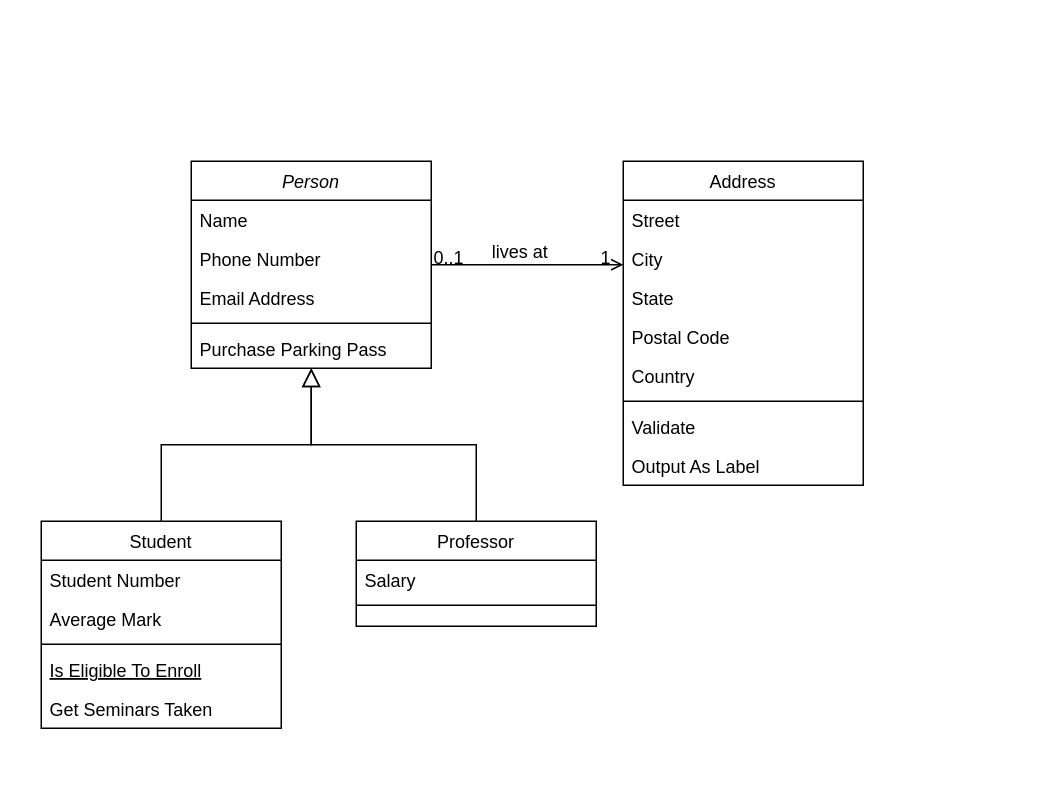
Earlier version of the draw.io diagram piano.drawio (peng-na/draw.io_pic). Source tidied: cells renumbered, new cells numbered last; positions are measured from the earlier drawing's top-left corner, leaving out a move shared by most shapes. Both pictures are drawn from the tidied source at 150%, with x=0, y=0 at pixel (40, 160).
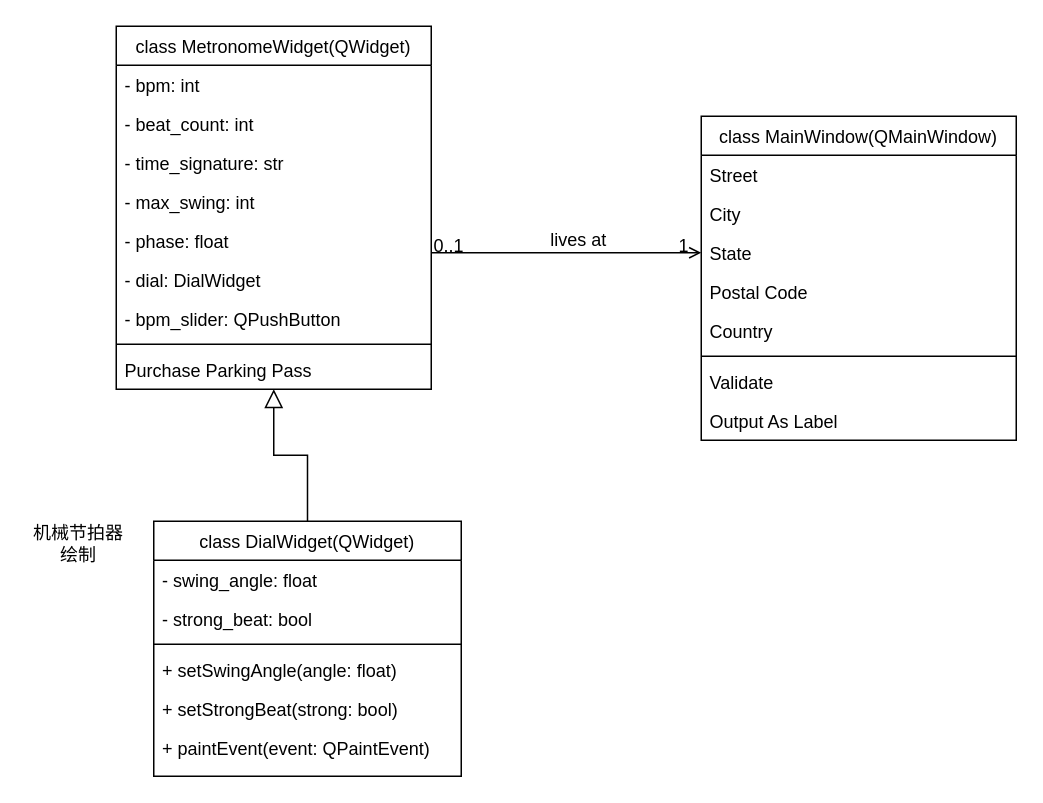
Above is the later version.

The edit, as a diff of the source:
```diff
@@
-    <mxCell id="2" value="Person" style="swimlane;fontStyle=2;align=center;verticalAlign=top;horizontal=1;startSize=26;rounded=0;shadow=0;strokeWidth=1;" parent="1" vertex="1">
-      <mxGeometry x="100" width="160" height="138" as="geometry" />
+    <mxCell id="2" value="class MetronomeWidget(QWidget)" style="swimlane;fontStyle=0;align=center;verticalAlign=top;horizontal=1;startSize=26;rounded=0;shadow=0;strokeWidth=1;" parent="1" vertex="1">
+      <mxGeometry x="50" y="-90" width="210" height="242" as="geometry" />
     </mxCell>
-    <mxCell id="3" value="Name" style="text;align=left;verticalAlign=top;spacingLeft=4;spacingRight=4;overflow=hidden;" parent="2" vertex="1">
-      <mxGeometry y="26" width="160" height="26" as="geometry" />
+    <mxCell id="3" value="- bpm: int" style="text;align=left;verticalAlign=top;spacingLeft=4;spacingRight=4;overflow=hidden;" parent="2" vertex="1">
+      <mxGeometry y="26" width="210" height="26" as="geometry" />
     </mxCell>
-    <mxCell id="4" value="Phone Number" style="text;align=left;verticalAlign=top;spacingLeft=4;spacingRight=4;overflow=hidden;rounded=0;shadow=0;html=0;" parent="2" vertex="1">
-      <mxGeometry y="52" width="160" height="26" as="geometry" />
+    <mxCell id="4" value="- beat_count: int" style="text;align=left;verticalAlign=top;spacingLeft=4;spacingRight=4;overflow=hidden;rounded=0;shadow=0;html=0;" parent="2" vertex="1">
+      <mxGeometry y="52" width="210" height="26" as="geometry" />
     </mxCell>
-    <mxCell id="5" value="Email Address" style="text;align=left;verticalAlign=top;spacingLeft=4;spacingRight=4;overflow=hidden;rounded=0;shadow=0;html=0;" parent="2" vertex="1">
-      <mxGeometry y="78" width="160" height="26" as="geometry" />
+    <mxCell id="5" value="- time_signature: str" style="text;align=left;verticalAlign=top;spacingLeft=4;spacingRight=4;overflow=hidden;rounded=0;shadow=0;html=0;" parent="2" vertex="1">
+      <mxGeometry y="78" width="210" height="26" as="geometry" />
     </mxCell>
+    <mxCell id="32" value="- max_swing: int" style="text;align=left;verticalAlign=top;spacingLeft=4;spacingRight=4;overflow=hidden;rounded=0;shadow=0;html=0;" parent="2" vertex="1">
+      <mxGeometry y="104" width="210" height="26" as="geometry" />
+    </mxCell>
+    <mxCell id="33" value="- phase: float" style="text;align=left;verticalAlign=top;spacingLeft=4;spacingRight=4;overflow=hidden;rounded=0;shadow=0;html=0;" parent="2" vertex="1">
+      <mxGeometry y="130" width="210" height="26" as="geometry" />
+    </mxCell>
+    <mxCell id="34" value="- dial: DialWidget" style="text;align=left;verticalAlign=top;spacingLeft=4;spacingRight=4;overflow=hidden;rounded=0;shadow=0;html=0;" parent="2" vertex="1">
+      <mxGeometry y="156" width="210" height="26" as="geometry" />
+    </mxCell>
+    <mxCell id="35" value="- bpm_slider: QPushButton" style="text;align=left;verticalAlign=top;spacingLeft=4;spacingRight=4;overflow=hidden;rounded=0;shadow=0;html=0;" parent="2" vertex="1">
+      <mxGeometry y="182" width="210" height="26" as="geometry" />
+    </mxCell>
     <mxCell id="6" style="line;html=1;strokeWidth=1;align=left;verticalAlign=middle;spacingTop=-1;spacingLeft=3;spacingRight=3;labelPosition=right;" parent="2" vertex="1">
-      <mxGeometry y="104" width="160" height="8" as="geometry" />
+      <mxGeometry y="208" width="210" height="8" as="geometry" />
     </mxCell>
     <mxCell id="7" value="Purchase Parking Pass" style="text;align=left;verticalAlign=top;spacingLeft=4;spacingRight=4;overflow=hidden;" parent="2" vertex="1">
-      <mxGeometry y="112" width="160" height="26" as="geometry" />
+      <mxGeometry y="216" width="210" height="26" as="geometry" />
     </mxCell>
-    <mxCell id="8" value="Student" style="swimlane;fontStyle=0;align=center;verticalAlign=top;horizontal=1;startSize=26;rounded=0;shadow=0;strokeWidth=1;" parent="1" vertex="1">
-      <mxGeometry y="240" width="160" height="138" as="geometry" />
+    <mxCell id="8" value="class DialWidget(QWidget)" style="swimlane;fontStyle=0;align=center;verticalAlign=top;horizontal=1;startSize=26;rounded=0;shadow=0;strokeWidth=1;" parent="1" vertex="1">
+      <mxGeometry x="75" y="240" width="205" height="170" as="geometry" />
     </mxCell>
-    <mxCell id="9" value="Student Number" style="text;align=left;verticalAlign=top;spacingLeft=4;spacingRight=4;overflow=hidden;" parent="8" vertex="1">
-      <mxGeometry y="26" width="160" height="26" as="geometry" />
+    <mxCell id="9" value="- swing_angle: float" style="text;align=left;verticalAlign=top;spacingLeft=4;spacingRight=4;overflow=hidden;" parent="8" vertex="1">
+      <mxGeometry y="26" width="205" height="26" as="geometry" />
     </mxCell>
-    <mxCell id="10" value="Average Mark" style="text;align=left;verticalAlign=top;spacingLeft=4;spacingRight=4;overflow=hidden;rounded=0;shadow=0;html=0;" parent="8" vertex="1">
-      <mxGeometry y="52" width="160" height="26" as="geometry" />
+    <mxCell id="10" value="- strong_beat: bool" style="text;align=left;verticalAlign=top;spacingLeft=4;spacingRight=4;overflow=hidden;rounded=0;shadow=0;html=0;" parent="8" vertex="1">
+      <mxGeometry y="52" width="205" height="26" as="geometry" />
     </mxCell>
     <mxCell id="11" style="line;html=1;strokeWidth=1;align=left;verticalAlign=middle;spacingTop=-1;spacingLeft=3;spacingRight=3;labelPosition=right;" parent="8" vertex="1">
-      <mxGeometry y="78" width="160" height="8" as="geometry" />
+      <mxGeometry y="78" width="205" height="8" as="geometry" />
     </mxCell>
-    <mxCell id="12" value="Is Eligible To Enroll" style="text;align=left;verticalAlign=top;spacingLeft=4;spacingRight=4;overflow=hidden;fontStyle=4;" parent="8" vertex="1">
-      <mxGeometry y="86" width="160" height="26" as="geometry" />
+    <mxCell id="12" value="+ setSwingAngle(angle: float)" style="text;align=left;verticalAlign=top;spacingLeft=4;spacingRight=4;overflow=hidden;fontStyle=0;" parent="8" vertex="1">
+      <mxGeometry y="86" width="205" height="26" as="geometry" />
     </mxCell>
-    <mxCell id="13" value="Get Seminars Taken" style="text;align=left;verticalAlign=top;spacingLeft=4;spacingRight=4;overflow=hidden;" parent="8" vertex="1">
-      <mxGeometry y="112" width="160" height="26" as="geometry" />
+    <mxCell id="13" value="+ setStrongBeat(strong: bool)" style="text;align=left;verticalAlign=top;spacingLeft=4;spacingRight=4;overflow=hidden;" parent="8" vertex="1">
+      <mxGeometry y="112" width="205" height="26" as="geometry" />
     </mxCell>
+    <mxCell id="36" value="+ paintEvent(event: QPaintEvent)" style="text;align=left;verticalAlign=top;spacingLeft=4;spacingRight=4;overflow=hidden;" parent="8" vertex="1">
+      <mxGeometry y="138" width="205" height="26" as="geometry" />
+    </mxCell>
@@
-    <mxCell id="15" value="Professor" style="swimlane;fontStyle=0;align=center;verticalAlign=top;horizontal=1;startSize=26;rounded=0;shadow=0;strokeWidth=1;" parent="1" vertex="1">
-      <mxGeometry x="210" y="240" width="160" height="70" as="geometry" />
-    </mxCell>
-    <mxCell id="16" value="Salary" style="text;align=left;verticalAlign=top;spacingLeft=4;spacingRight=4;overflow=hidden;" parent="15" vertex="1">
-      <mxGeometry y="26" width="160" height="26" as="geometry" />
-    </mxCell>
-    <mxCell id="17" style="line;html=1;strokeWidth=1;align=left;verticalAlign=middle;spacingTop=-1;spacingLeft=3;spacingRight=3;labelPosition=right;" parent="15" vertex="1">
-      <mxGeometry y="52" width="160" height="8" as="geometry" />
-    </mxCell>
-    <mxCell id="18" style="endArrow=block;endSize=10;endFill=0;shadow=0;strokeWidth=1;rounded=0;curved=0;edgeStyle=elbowEdgeStyle;elbow=vertical;" parent="1" edge="1" source="15" target="2">
-      <mxGeometry relative="1" as="geometry" />
-    </mxCell>
-    <mxCell id="19" value="Address" style="swimlane;fontStyle=0;align=center;verticalAlign=top;horizontal=1;startSize=26;rounded=0;shadow=0;strokeWidth=1;" parent="1" vertex="1">
-      <mxGeometry x="388" width="160" height="216" as="geometry" />
+    <mxCell id="19" value="class MainWindow(QMainWindow)" style="swimlane;fontStyle=0;align=center;verticalAlign=top;horizontal=1;startSize=26;rounded=0;shadow=0;strokeWidth=1;" parent="1" vertex="1">
+      <mxGeometry x="440" y="-30" width="210" height="216" as="geometry" />
     </mxCell>
     <mxCell id="20" value="Street" style="text;align=left;verticalAlign=top;spacingLeft=4;spacingRight=4;overflow=hidden;" parent="19" vertex="1">
-      <mxGeometry y="26" width="160" height="26" as="geometry" />
+      <mxGeometry y="26" width="210" height="26" as="geometry" />
     </mxCell>
     <mxCell id="21" value="City" style="text;align=left;verticalAlign=top;spacingLeft=4;spacingRight=4;overflow=hidden;rounded=0;shadow=0;html=0;" parent="19" vertex="1">
-      <mxGeometry y="52" width="160" height="26" as="geometry" />
+      <mxGeometry y="52" width="210" height="26" as="geometry" />
     </mxCell>
     <mxCell id="22" value="State" style="text;align=left;verticalAlign=top;spacingLeft=4;spacingRight=4;overflow=hidden;rounded=0;shadow=0;html=0;" parent="19" vertex="1">
-      <mxGeometry y="78" width="160" height="26" as="geometry" />
+      <mxGeometry y="78" width="210" height="26" as="geometry" />
     </mxCell>
     <mxCell id="23" value="Postal Code" style="text;align=left;verticalAlign=top;spacingLeft=4;spacingRight=4;overflow=hidden;rounded=0;shadow=0;html=0;" parent="19" vertex="1">
-      <mxGeometry y="104" width="160" height="26" as="geometry" />
+      <mxGeometry y="104" width="210" height="26" as="geometry" />
     </mxCell>
     <mxCell id="24" value="Country" style="text;align=left;verticalAlign=top;spacingLeft=4;spacingRight=4;overflow=hidden;rounded=0;shadow=0;html=0;" parent="19" vertex="1">
-      <mxGeometry y="130" width="160" height="26" as="geometry" />
+      <mxGeometry y="130" width="210" height="26" as="geometry" />
     </mxCell>
     <mxCell id="25" style="line;html=1;strokeWidth=1;align=left;verticalAlign=middle;spacingTop=-1;spacingLeft=3;spacingRight=3;labelPosition=right;" parent="19" vertex="1">
-      <mxGeometry y="156" width="160" height="8" as="geometry" />
+      <mxGeometry y="156" width="210" height="8" as="geometry" />
     </mxCell>
     <mxCell id="26" value="Validate" style="text;align=left;verticalAlign=top;spacingLeft=4;spacingRight=4;overflow=hidden;" parent="19" vertex="1">
-      <mxGeometry y="164" width="160" height="26" as="geometry" />
+      <mxGeometry y="164" width="210" height="26" as="geometry" />
     </mxCell>
     <mxCell id="27" value="Output As Label" style="text;align=left;verticalAlign=top;spacingLeft=4;spacingRight=4;overflow=hidden;" parent="19" vertex="1">
-      <mxGeometry y="190" width="160" height="26" as="geometry" />
+      <mxGeometry y="190" width="210" height="26" as="geometry" />
     </mxCell>
@@
+    <mxCell id="37" value="机械节拍器绘制" style="text;html=1;align=center;verticalAlign=middle;whiteSpace=wrap;rounded=0;" parent="1" vertex="1">
+      <mxGeometry x="-10" y="240" width="70" height="30" as="geometry" />
+    </mxCell>
```
